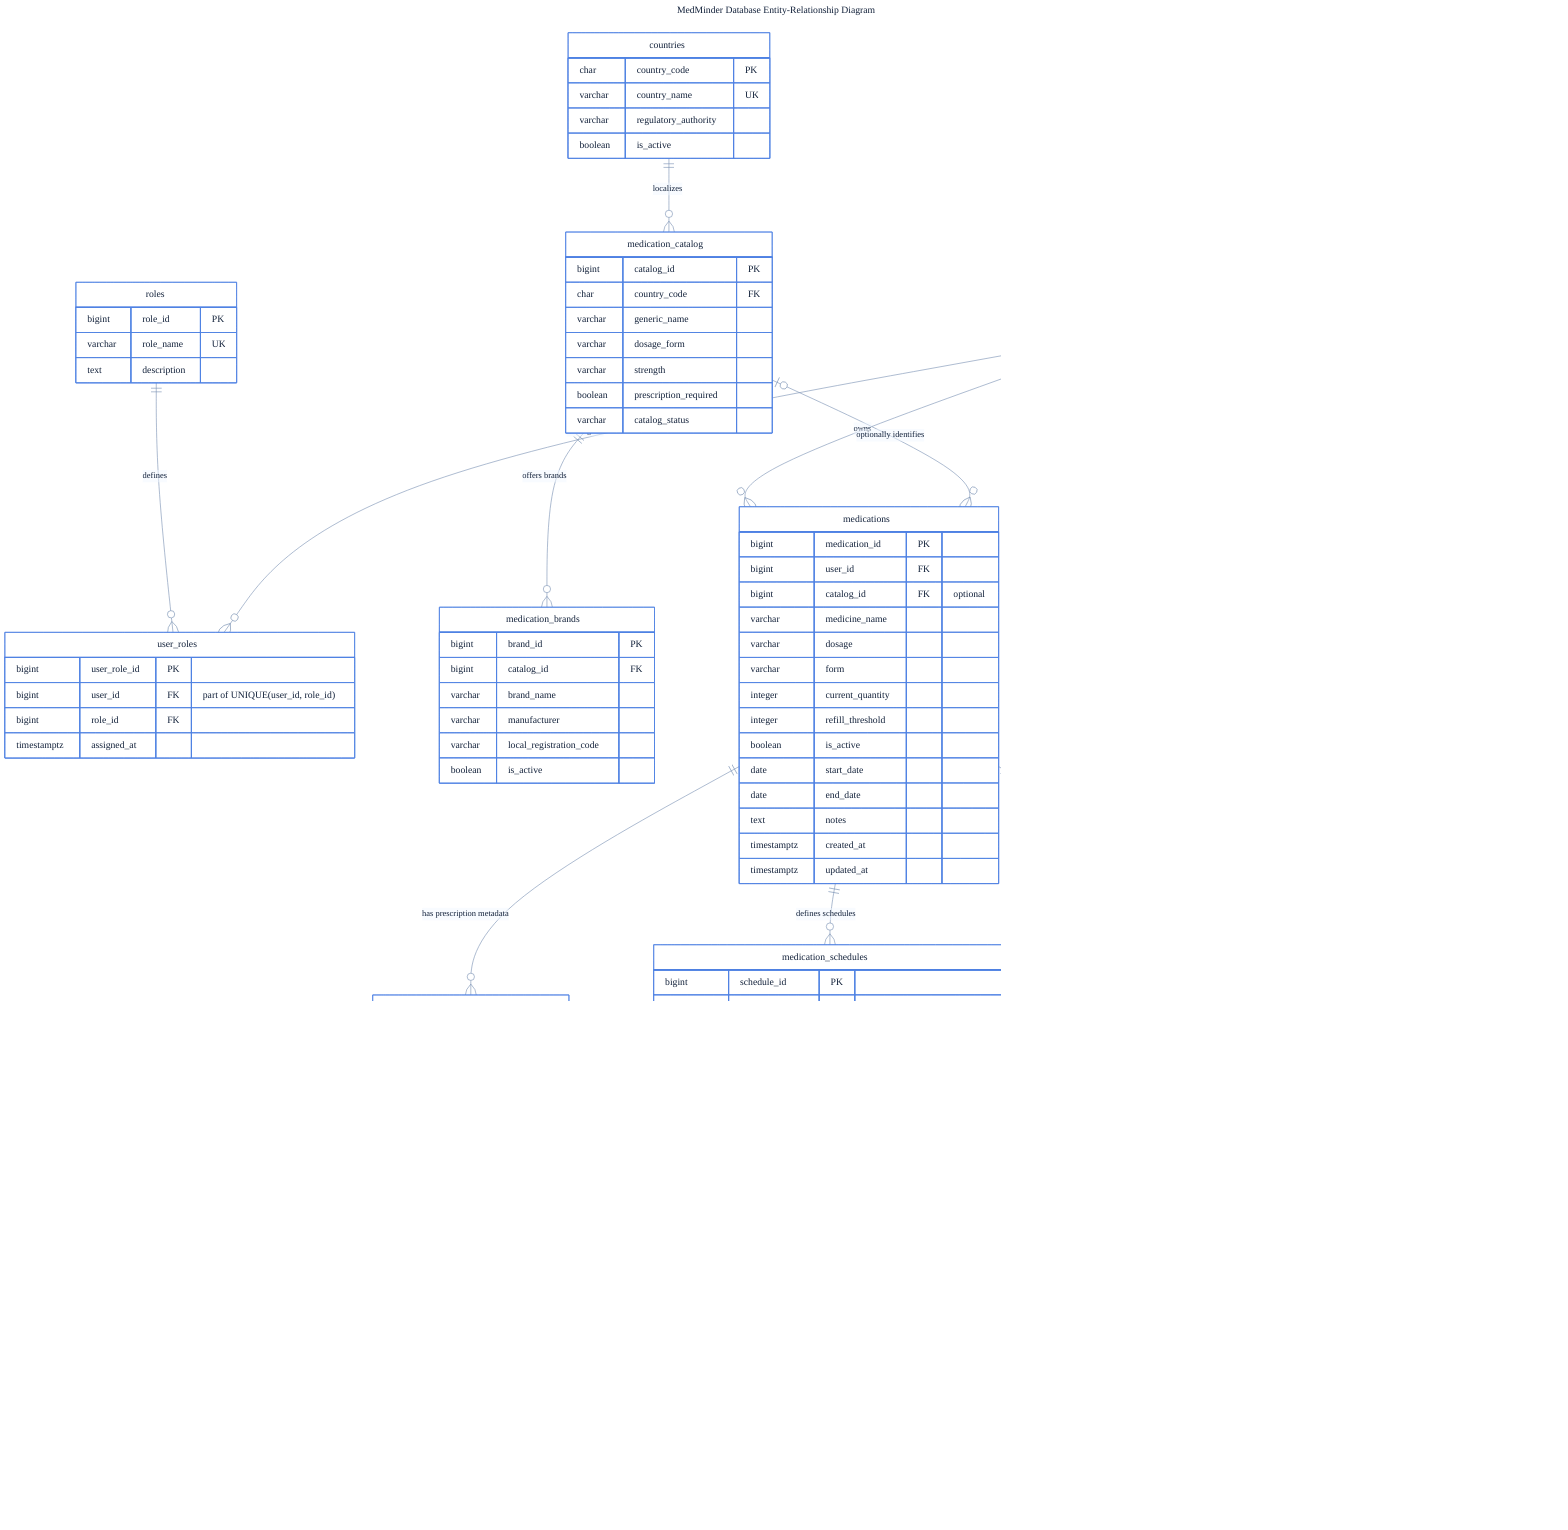
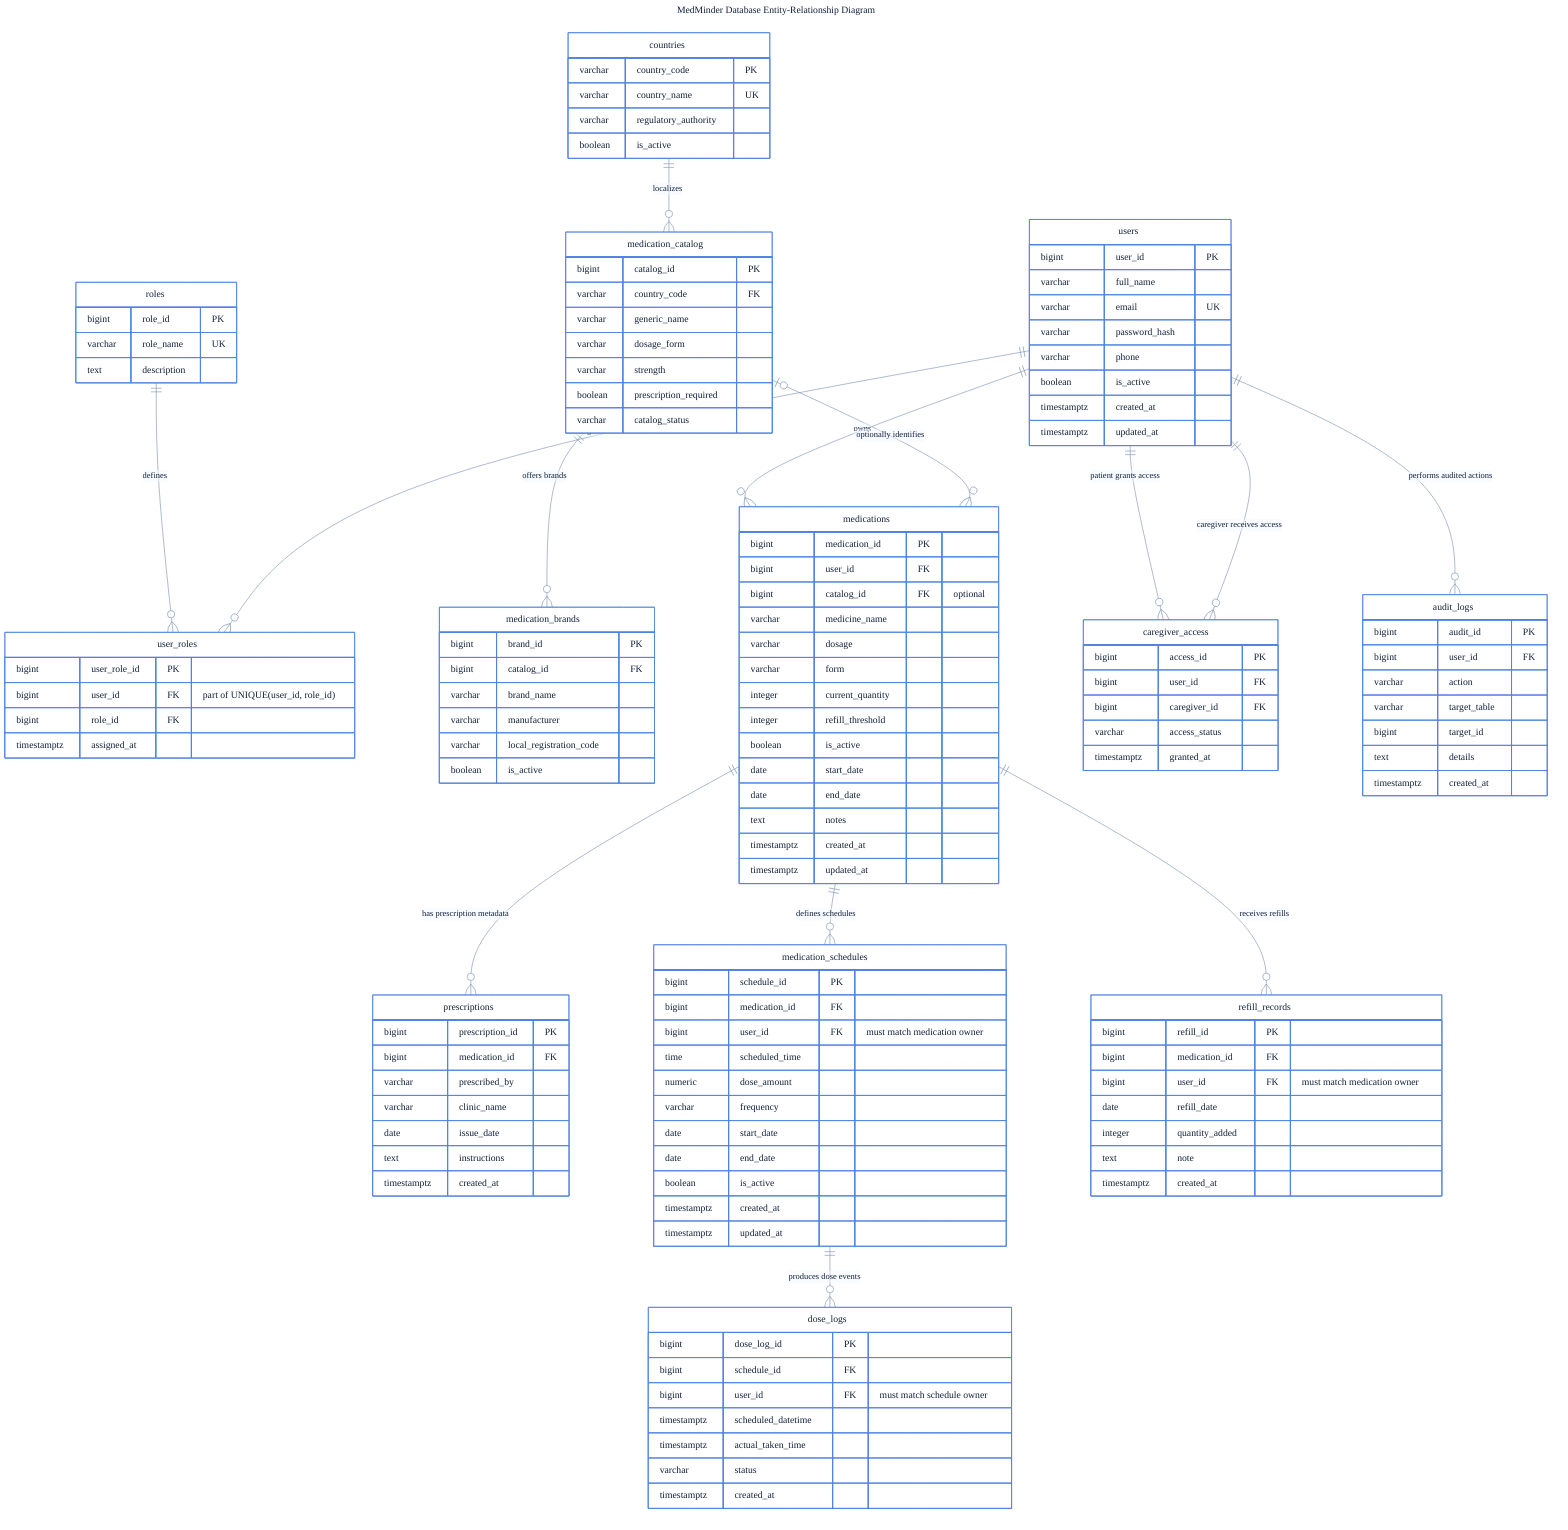
---
title: MedMinder Database Entity-Relationship Diagram
config:
  theme: base
  themeVariables:
    fontFamily: "Segoe UI, Aptos, sans-serif"
    background: "#F7FAFF"
    primaryColor: "#FFFFFF"
    primaryTextColor: "#12213A"
    primaryBorderColor: "#4F83E3"
    lineColor: "#7890B2"
    secondaryColor: "#EAF2FF"
    tertiaryColor: "#F2F8FF"
  er:
    diagramPadding: 30
    layoutDirection: TB
    minEntityWidth: 190
    minEntityHeight: 72
    entityPadding: 14
    stroke: "#4F83E3"
    fill: "#FFFFFF"
    fontSize: 13
    useMaxWidth: true
---
erDiagram
    roles {
        bigint role_id PK
        varchar role_name UK
        text description
    }

    user_roles {
        bigint user_role_id PK
        bigint user_id FK "part of UNIQUE(user_id, role_id)"
        bigint role_id FK
        timestamptz assigned_at
    }

    users {
        bigint user_id PK
        varchar full_name
        varchar email UK
        varchar password_hash
        varchar phone
        boolean is_active
        timestamptz created_at
        timestamptz updated_at
    }

    countries {
-         char country_code PK
+         varchar country_code PK
        varchar country_name UK
        varchar regulatory_authority
        boolean is_active
    }

    medication_catalog {
        bigint catalog_id PK
-         char country_code FK
+         varchar country_code FK
        varchar generic_name
        varchar dosage_form
        varchar strength
        boolean prescription_required
        varchar catalog_status
    }

    medication_brands {
        bigint brand_id PK
        bigint catalog_id FK
        varchar brand_name
        varchar manufacturer
        varchar local_registration_code
        boolean is_active
    }

    prescriptions {
        bigint prescription_id PK
        bigint medication_id FK
        varchar prescribed_by
        varchar clinic_name
        date issue_date
        text instructions
        timestamptz created_at
    }

    medications {
        bigint medication_id PK
        bigint user_id FK
        bigint catalog_id FK "optional"
        varchar medicine_name
        varchar dosage
        varchar form
        integer current_quantity
        integer refill_threshold
        boolean is_active
        date start_date
        date end_date
        text notes
        timestamptz created_at
        timestamptz updated_at
    }

    medication_schedules {
        bigint schedule_id PK
        bigint medication_id FK
        bigint user_id FK "must match medication owner"
        time scheduled_time
        numeric dose_amount
        varchar frequency
        date start_date
        date end_date
        boolean is_active
        timestamptz created_at
        timestamptz updated_at
    }

    dose_logs {
        bigint dose_log_id PK
        bigint schedule_id FK
        bigint user_id FK "must match schedule owner"
        timestamptz scheduled_datetime
        timestamptz actual_taken_time
        varchar status
        timestamptz created_at
    }

    refill_records {
        bigint refill_id PK
        bigint medication_id FK
        bigint user_id FK "must match medication owner"
        date refill_date
        integer quantity_added
        text note
        timestamptz created_at
    }

    caregiver_access {
        bigint access_id PK
        bigint user_id FK
        bigint caregiver_id FK
        varchar access_status
        timestamptz granted_at
    }

    audit_logs {
        bigint audit_id PK
        bigint user_id FK
        varchar action
        varchar target_table
        bigint target_id
        text details
        timestamptz created_at
    }

    roles ||--o{ user_roles : "defines"
    users ||--o{ user_roles : "is assigned"

    users ||--o{ medications : "owns"
    countries ||--o{ medication_catalog : "localizes"
    medication_catalog ||--o{ medication_brands : "offers brands"
    medication_catalog o|--o{ medications : "optionally identifies"
    medications ||--o{ prescriptions : "has prescription metadata"
    medications ||--o{ refill_records : "receives refills"
    medications ||--o{ medication_schedules : "defines schedules"
    medication_schedules ||--o{ dose_logs : "produces dose events"


    users ||--o{ caregiver_access : "patient grants access"
    users ||--o{ caregiver_access : "caregiver receives access"
    users ||--o{ audit_logs : "performs audited actions"
